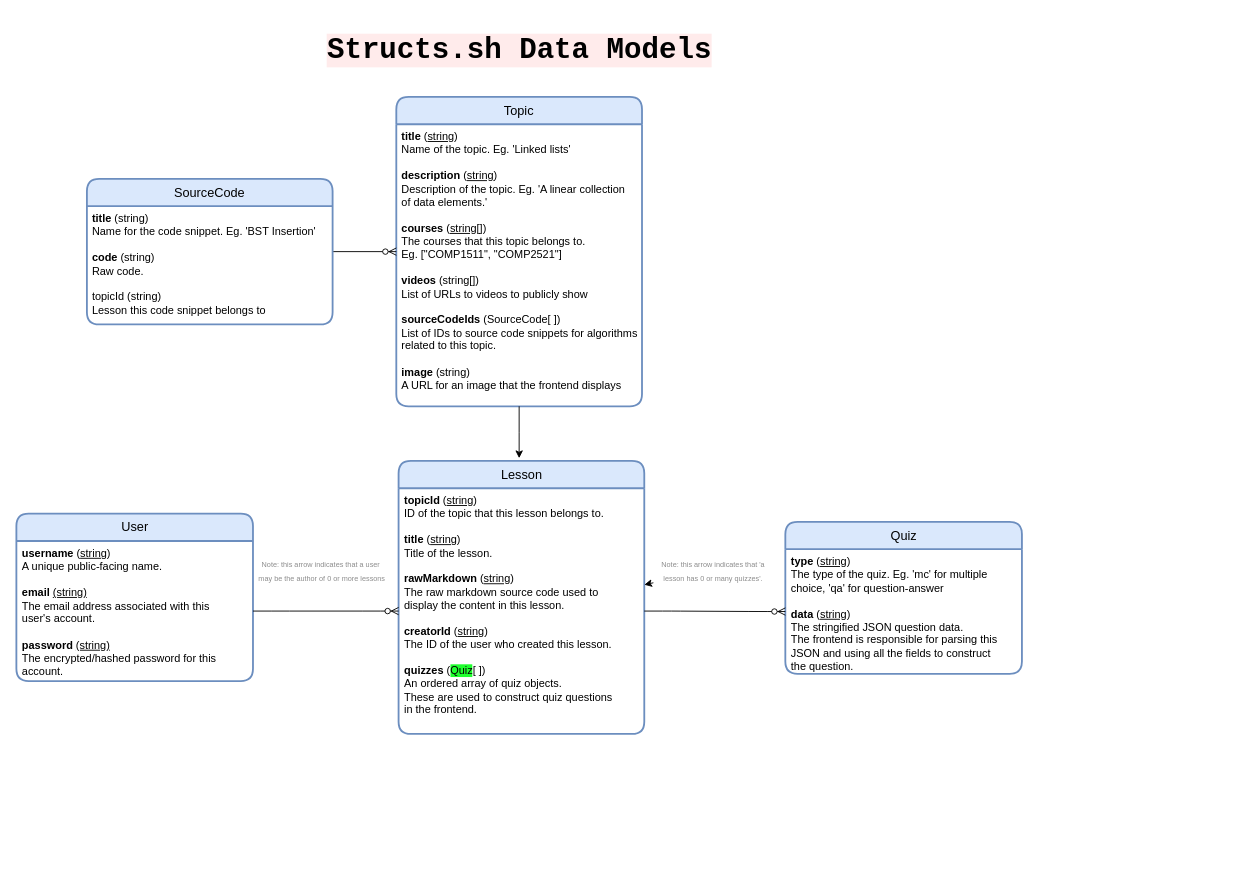
This is structs-datamodels.drawio from devsoc-unsw/structs.sh, a draw.io file, before an edit. Source tidied: cells renumbered, new cells numbered last; positions are measured from the earlier drawing's top-left corner, leaving out a move shared by most shapes. Both pictures are drawn from the tidied source at 91%, with x=0, y=0 at pixel (15, 42).
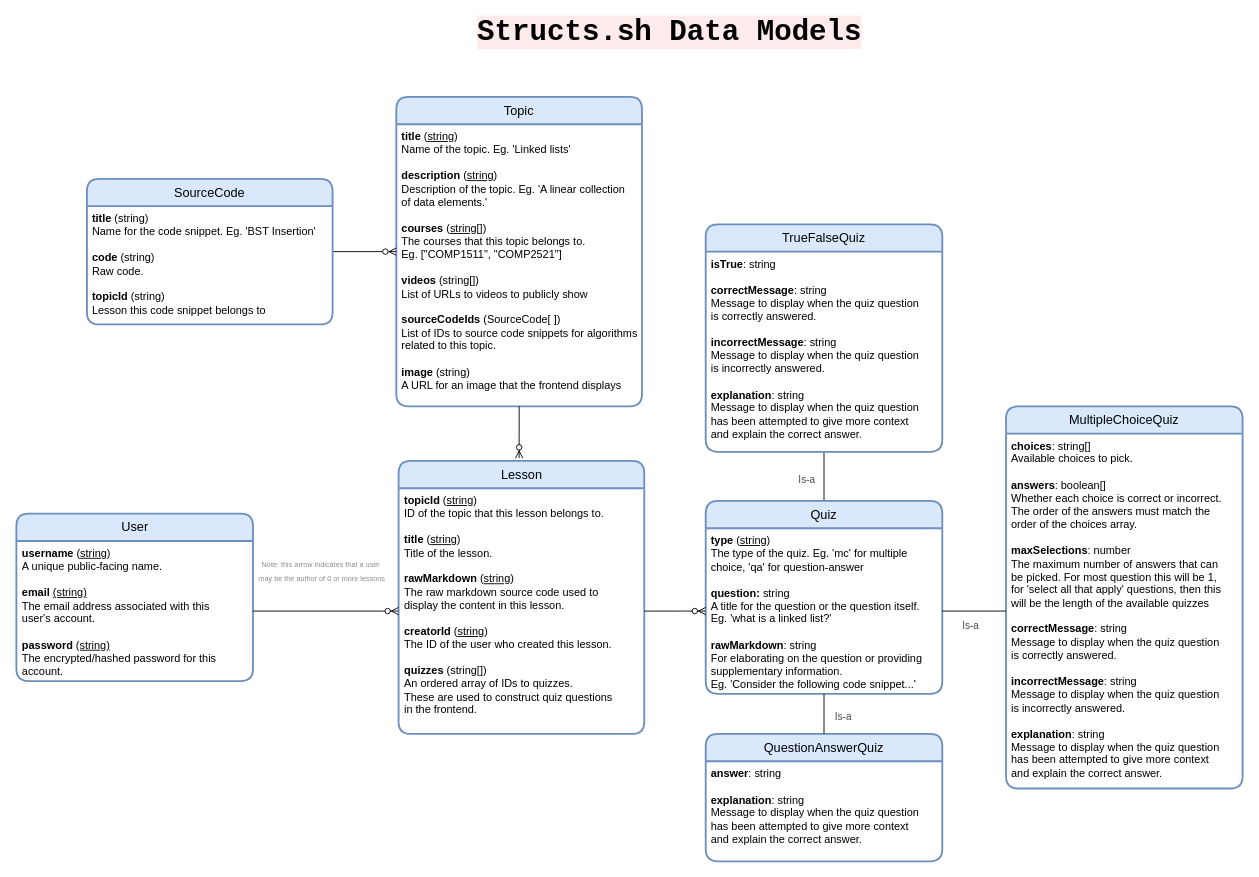
Above is the later version.

The change refers to these unchanged cells:
```xml
<mxCell id="3" value="Lesson" style="swimlane;horizontal=1;startSize=30;rounded=1;fontSize=14;fontStyle=0;strokeWidth=2;shadow=0;dashed=0;align=center;fontFamily=Helvetica;fillColor=#dae8fc;strokeColor=#6c8ebf;whiteSpace=wrap;" parent="1" vertex="1">
  <mxGeometry x="420.5" y="460" width="270" height="300" as="geometry" />
</mxCell>
<mxCell id="15" value="&lt;span style=&quot;white-space: pre&quot;&gt;&lt;b&gt;title &lt;/b&gt;(&lt;u&gt;string&lt;/u&gt;)&lt;b&gt;&lt;br&gt;&lt;/b&gt;Name of the topic. Eg. 'Linked lists'&lt;b&gt;&lt;br&gt;&lt;br&gt;description&lt;/b&gt; (&lt;u&gt;string&lt;/u&gt;)&lt;br&gt;Description of the topic. Eg. 'A linear collection&lt;br&gt;of data elements.'&lt;br&gt;&lt;br&gt;&lt;b&gt;courses&lt;/b&gt; (&lt;u&gt;string[]&lt;/u&gt;)&lt;br&gt;The courses that this topic belongs to.&lt;br&gt;Eg. [&quot;COMP1511&quot;, &quot;COMP2521&quot;]&lt;br&gt;&lt;br&gt;&lt;b&gt;videos&lt;/b&gt; (string[])&lt;br&gt;List of URLs to videos to publicly show&lt;br&gt;&lt;br&gt;&lt;b&gt;sourceCodeIds&lt;/b&gt; (SourceCode[ ])&lt;br&gt;List of IDs to source code snippets for algorithms&lt;br&gt;related to this topic.&lt;br&gt;&lt;br&gt;&lt;b&gt;image&lt;/b&gt; (string)&lt;br&gt;A URL for an image that the frontend displays&lt;br&gt;&lt;/span&gt;" style="align=left;strokeColor=none;fillColor=none;spacingLeft=4;fontSize=12;verticalAlign=top;fontStyle=0;html=1;" parent="14" vertex="1">
  <mxGeometry y="30" width="270" height="310" as="geometry" />
</mxCell>
<mxCell id="18" value="SourceCode" style="swimlane;horizontal=1;startSize=30;rounded=1;fontSize=14;fontStyle=0;strokeWidth=2;shadow=0;dashed=0;align=center;fontFamily=Helvetica;fillColor=#dae8fc;strokeColor=#6c8ebf;whiteSpace=wrap;" parent="1" vertex="1">
  <mxGeometry x="78" y="150" width="270" height="160" as="geometry" />
</mxCell>
```

What changed in the source:
```diff
@@
     <mxCell id="2" value="&lt;b&gt;&lt;font style=&quot;font-size: 32px ; background-color: rgb(255 , 235 , 235)&quot; face=&quot;Courier New&quot;&gt;Structs.sh Data Models&lt;/font&gt;&lt;/b&gt;" style="text;html=1;align=center;verticalAlign=middle;strokeColor=none;fontFamily=Helvetica;" parent="1" vertex="1">
-      <mxGeometry x="333" width="440" height="20" as="geometry" />
+      <mxGeometry x="498" y="-20" width="440" height="20" as="geometry" />
     </mxCell>
@@
-    <mxCell id="4" value="&lt;b&gt;topicId&amp;nbsp;&lt;/b&gt;(&lt;u&gt;string&lt;/u&gt;)&lt;br&gt;ID of the topic that this lesson belongs to.&lt;b&gt;&lt;br&gt;&lt;br&gt;title&lt;/b&gt;&amp;nbsp;(&lt;u&gt;string&lt;/u&gt;)&lt;br&gt;Title of the lesson.&lt;br&gt;&lt;br&gt;&lt;b&gt;rawMarkdown&lt;/b&gt; (&lt;u&gt;string&lt;/u&gt;)&lt;br&gt;&lt;span&gt; &lt;/span&gt;The raw markdown source code used to&amp;nbsp;&lt;br&gt;&lt;span&gt; &lt;/span&gt;display the content in this lesson.&lt;br&gt;&lt;br&gt;&lt;b&gt;creatorId&lt;/b&gt; (&lt;u&gt;string&lt;/u&gt;)&lt;br&gt;&lt;span&gt; &lt;/span&gt;The ID of the user who created this lesson.&lt;br&gt;&lt;br&gt;&lt;b&gt;quizzes&amp;nbsp;&lt;/b&gt;(&lt;span style=&quot;background-color: rgb(31 , 255 , 46)&quot;&gt;Quiz&lt;/span&gt;[ ])&lt;br&gt;&lt;span&gt;&lt;span&gt; &lt;/span&gt;An ordered array of quiz objects.&lt;br&gt;&lt;span&gt; &lt;/span&gt;These are used to construct quiz questions&lt;br&gt;&lt;span&gt; &lt;/span&gt;in the frontend.&lt;br&gt;&lt;/span&gt;" style="align=left;strokeColor=none;fillColor=none;spacingLeft=4;fontSize=12;verticalAlign=top;fontStyle=0;html=1;" parent="3" vertex="1">
+    <mxCell id="4" value="&lt;b&gt;topicId&amp;nbsp;&lt;/b&gt;(&lt;u&gt;string&lt;/u&gt;)&lt;br&gt;ID of the topic that this lesson belongs to.&lt;b&gt;&lt;br&gt;&lt;br&gt;title&lt;/b&gt;&amp;nbsp;(&lt;u&gt;string&lt;/u&gt;)&lt;br&gt;Title of the lesson.&lt;br&gt;&lt;br&gt;&lt;b&gt;rawMarkdown&lt;/b&gt; (&lt;u&gt;string&lt;/u&gt;)&lt;br&gt;&lt;span&gt; &lt;/span&gt;The raw markdown source code used to&amp;nbsp;&lt;br&gt;&lt;span&gt; &lt;/span&gt;display the content in this lesson.&lt;br&gt;&lt;br&gt;&lt;b&gt;creatorId&lt;/b&gt; (&lt;u&gt;string&lt;/u&gt;)&lt;br&gt;&lt;span&gt; &lt;/span&gt;The ID of the user who created this lesson.&lt;br&gt;&lt;br&gt;&lt;b&gt;quizzes&amp;nbsp;&lt;/b&gt;(&lt;span style=&quot;background-color: rgb(255 , 255 , 255)&quot;&gt;string&lt;/span&gt;[])&lt;br&gt;&lt;span&gt;&lt;span&gt; &lt;/span&gt;An ordered array of IDs to quizzes.&lt;br&gt;&lt;span&gt; &lt;/span&gt;These are used to construct quiz questions&lt;br&gt;&lt;span&gt; &lt;/span&gt;in the frontend.&lt;br&gt;&lt;/span&gt;" style="align=left;strokeColor=none;fillColor=none;spacingLeft=4;fontSize=12;verticalAlign=top;fontStyle=0;html=1;" parent="3" vertex="1">
       <mxGeometry y="30" width="270" height="270" as="geometry" />
     </mxCell>
@@
+    <mxCell id="20" style="edgeStyle=none;html=1;entryX=0.5;entryY=1;entryDx=0;entryDy=0;endArrow=none;endFill=0;" parent="1" edge="1" source="7" target="24">
+      <mxGeometry relative="1" as="geometry" />
+    </mxCell>
+    <mxCell id="21" value="Is-a" style="edgeLabel;html=1;align=center;verticalAlign=middle;fontColor=#4D4D4D;" parent="20" vertex="1">
+      <mxGeometry x="-0.24" y="-1" relative="1" as="geometry">
+        <mxPoint x="-21" y="-3" as="offset" />
+      </mxGeometry>
+    </mxCell>
     <mxCell id="7" value="Quiz" style="swimlane;horizontal=1;startSize=30;rounded=1;fontSize=14;fontStyle=0;strokeWidth=2;shadow=0;dashed=0;align=center;fontFamily=Helvetica;fillColor=#dae8fc;strokeColor=#6c8ebf;whiteSpace=wrap;" parent="1" vertex="1">
-      <mxGeometry x="845.5" y="527" width="260" height="167" as="geometry" />
+      <mxGeometry x="758" y="504" width="260" height="212" as="geometry" />
     </mxCell>
-    <mxCell id="8" value="&lt;b&gt;type&amp;nbsp;&lt;/b&gt;(&lt;u&gt;string&lt;/u&gt;)&lt;br&gt;The type of the quiz. Eg. 'mc' for multiple&lt;br&gt;choice, 'qa' for question-answer&lt;br&gt;&lt;br&gt;&lt;b&gt;data&lt;/b&gt; (&lt;u&gt;string&lt;/u&gt;)&lt;br&gt;The stringified JSON question data.&amp;nbsp;&lt;br&gt;The frontend is responsible for parsing this&lt;br&gt;JSON and using all the fields to construct&lt;br&gt;the question." style="align=left;strokeColor=none;fillColor=none;spacingLeft=4;fontSize=12;verticalAlign=top;fontStyle=0;html=1;" parent="7" vertex="1">
-      <mxGeometry y="30" width="260" height="137" as="geometry" />
+    <mxCell id="8" value="&lt;b&gt;type&amp;nbsp;&lt;/b&gt;(&lt;u&gt;string&lt;/u&gt;)&lt;br&gt;The type of the quiz. Eg. 'mc' for multiple&lt;br&gt;choice, 'qa' for question-answer&lt;br&gt;&lt;b&gt;&lt;br&gt;&lt;/b&gt;&lt;b&gt;question:&amp;nbsp;&lt;/b&gt;string&lt;br&gt;A title for the question or the question itself.&lt;br&gt;Eg. 'what is a linked list?'&amp;nbsp;&lt;br&gt;&lt;br&gt;&lt;b&gt;rawMarkdown&lt;/b&gt;: string&lt;br&gt;For elaborating on the question or providing&lt;br&gt;supplementary information.&lt;br&gt;Eg. 'Consider the following code snippet...'&lt;br&gt;&lt;br&gt;" style="align=left;strokeColor=none;fillColor=none;spacingLeft=4;fontSize=12;verticalAlign=top;fontStyle=0;html=1;" parent="7" vertex="1">
+      <mxGeometry y="30" width="260" height="182" as="geometry" />
     </mxCell>
-    <mxCell id="9" style="edgeStyle=none;html=1;" parent="1" edge="1" source="10" target="4">
-      <mxGeometry relative="1" as="geometry" />
-    </mxCell>
-    <mxCell id="10" value="&lt;font color=&quot;#8c8c8c&quot; style=&quot;font-size: 8px&quot;&gt;Note: this arrow indicates that 'a &lt;br&gt;lesson has 0 or many&amp;nbsp;quizzes'.&lt;/font&gt;" style="text;html=1;align=center;verticalAlign=middle;points=[];strokeColor=none;fontFamily=Helvetica;" parent="1" vertex="1">
-      <mxGeometry x="700.5" y="565" width="130" height="30" as="geometry" />
-    </mxCell>
@@
-    <mxCell id="16" style="edgeStyle=orthogonalEdgeStyle;rounded=0;jettySize=auto;html=1;" parent="1" edge="1" source="15">
+    <mxCell id="16" style="edgeStyle=orthogonalEdgeStyle;rounded=0;jettySize=auto;html=1;endArrow=ERzeroToMany;endFill=1;" parent="1" edge="1" source="15">
       <mxGeometry relative="1" as="geometry">
         <mxPoint x="553" y="457" as="targetPoint" />
       </mxGeometry>
     </mxCell>
@@
-    <mxCell id="19" value="&lt;span style=&quot;white-space: pre&quot;&gt;&lt;b&gt;title &lt;/b&gt;(string)&lt;br&gt;Name for the code snippet. Eg. 'BST Insertion'&lt;b&gt;&lt;br&gt;&lt;/b&gt;&lt;br&gt;&lt;b&gt;code&lt;/b&gt; (string)&lt;br&gt;Raw code.&lt;br/&gt;&lt;br/&gt;topicId (string)&lt;br/&gt;Lesson this code snippet belongs to&lt;br&gt;&lt;/span&gt;" style="align=left;strokeColor=none;fillColor=none;spacingLeft=4;fontSize=12;verticalAlign=top;fontStyle=0;html=1;" parent="18" vertex="1">
+    <mxCell id="19" value="&lt;span style=&quot;white-space: pre&quot;&gt;&lt;b&gt;title &lt;/b&gt;(string)&lt;br&gt;Name for the code snippet. Eg. 'BST Insertion'&lt;b&gt;&lt;br&gt;&lt;/b&gt;&lt;br&gt;&lt;b&gt;code&lt;/b&gt; (string)&lt;br&gt;Raw code.&lt;br&gt;&lt;br&gt;&lt;b&gt;topicId&lt;/b&gt; (string)&lt;br&gt;Lesson this code snippet belongs to&lt;br&gt;&lt;/span&gt;" style="align=left;strokeColor=none;fillColor=none;spacingLeft=4;fontSize=12;verticalAlign=top;fontStyle=0;html=1;" parent="18" vertex="1">
       <mxGeometry y="30" width="270" height="130" as="geometry" />
     </mxCell>
+    <mxCell id="22" value="MultipleChoiceQuiz" style="swimlane;horizontal=1;startSize=30;rounded=1;fontSize=14;fontStyle=0;strokeWidth=2;shadow=0;dashed=0;align=center;fontFamily=Helvetica;fillColor=#dae8fc;strokeColor=#6c8ebf;whiteSpace=wrap;" parent="1" vertex="1">
+      <mxGeometry x="1088" y="400" width="260" height="420" as="geometry" />
+    </mxCell>
+    <mxCell id="23" value="&lt;b&gt;choices&lt;/b&gt;: string[]&lt;br&gt;Available choices to pick.&lt;br&gt;&lt;br&gt;&lt;b&gt;answers&lt;/b&gt;: boolean[]&lt;br&gt;Whether each choice is correct or incorrect.&lt;br&gt;The order of the answers must match the&lt;br&gt;order of the choices array.&lt;br&gt;&lt;br&gt;&lt;b&gt;maxSelections&lt;/b&gt;: number&lt;br&gt;The maximum number of answers that can &lt;br&gt;be picked. For most question this will be 1,&lt;br&gt;for 'select all that apply' questions, then this&lt;br&gt;will be the length of the available quizzes&lt;br&gt;&lt;br&gt;&lt;b&gt;correctMessage&lt;/b&gt;: string&lt;br&gt;Message to display when the quiz question&lt;br&gt;is correctly answered.&lt;br&gt;&lt;br&gt;&lt;b&gt;incorrectMessage&lt;/b&gt;: string&lt;br&gt;Message to display when the quiz question&lt;br&gt;is incorrectly answered.&lt;br&gt;&lt;br&gt;&lt;b&gt;explanation&lt;/b&gt;: string&lt;br&gt;Message to display when the quiz question&lt;br&gt;has been attempted to give more context&lt;br&gt;and explain the correct answer." style="align=left;strokeColor=none;fillColor=none;spacingLeft=4;fontSize=12;verticalAlign=top;fontStyle=0;html=1;" parent="22" vertex="1">
+      <mxGeometry y="30" width="260" height="390" as="geometry" />
+    </mxCell>
+    <mxCell id="24" value="TrueFalseQuiz" style="swimlane;horizontal=1;startSize=30;rounded=1;fontSize=14;fontStyle=0;strokeWidth=2;shadow=0;dashed=0;align=center;fontFamily=Helvetica;fillColor=#dae8fc;strokeColor=#6c8ebf;whiteSpace=wrap;" parent="1" vertex="1">
+      <mxGeometry x="758" y="200" width="260" height="250" as="geometry" />
+    </mxCell>
+    <mxCell id="25" value="&lt;b&gt;isTrue&lt;/b&gt;: string&lt;br&gt;&lt;br&gt;&lt;b&gt;correctMessage&lt;/b&gt;: string&lt;br&gt;Message to display when the quiz question&lt;br&gt;is correctly answered.&lt;br&gt;&lt;br&gt;&lt;b&gt;incorrectMessage&lt;/b&gt;: string&lt;br&gt;Message to display when the quiz question&lt;br&gt;is incorrectly answered.&lt;br&gt;&lt;br&gt;&lt;b&gt;explanation&lt;/b&gt;: string&lt;br&gt;Message to display when the quiz question&lt;br&gt;has been attempted to give more context&lt;br&gt;and explain the correct answer." style="align=left;strokeColor=none;fillColor=none;spacingLeft=4;fontSize=12;verticalAlign=top;fontStyle=0;html=1;" parent="24" vertex="1">
+      <mxGeometry y="30" width="260" height="220" as="geometry" />
+    </mxCell>
+    <mxCell id="26" value="QuestionAnswerQuiz" style="swimlane;horizontal=1;startSize=30;rounded=1;fontSize=14;fontStyle=0;strokeWidth=2;shadow=0;dashed=0;align=center;fontFamily=Helvetica;fillColor=#dae8fc;strokeColor=#6c8ebf;whiteSpace=wrap;" parent="1" vertex="1">
+      <mxGeometry x="758" y="760" width="260" height="140" as="geometry" />
+    </mxCell>
+    <mxCell id="27" value="&lt;b&gt;answer&lt;/b&gt;: string&lt;br&gt;&lt;br&gt;&lt;b&gt;explanation&lt;/b&gt;: string&lt;br&gt;Message to display when the quiz question&lt;br&gt;has been attempted to give more context&lt;br&gt;and explain the correct answer." style="align=left;strokeColor=none;fillColor=none;spacingLeft=4;fontSize=12;verticalAlign=top;fontStyle=0;html=1;" parent="26" vertex="1">
+      <mxGeometry y="30" width="260" height="110" as="geometry" />
+    </mxCell>
+    <mxCell id="28" style="edgeStyle=none;html=1;endArrow=none;endFill=0;" parent="1" edge="1" source="8" target="23">
+      <mxGeometry relative="1" as="geometry" />
+    </mxCell>
+    <mxCell id="29" value="Is-a" style="edgeLabel;html=1;align=center;verticalAlign=middle;fontColor=#4D4D4D;" parent="28" vertex="1">
+      <mxGeometry x="-0.3" relative="1" as="geometry">
+        <mxPoint x="5" y="15" as="offset" />
+      </mxGeometry>
+    </mxCell>
+    <mxCell id="30" style="edgeStyle=none;html=1;entryX=0.5;entryY=0;entryDx=0;entryDy=0;endArrow=none;endFill=0;" parent="1" edge="1" source="8" target="26">
+      <mxGeometry relative="1" as="geometry" />
+    </mxCell>
+    <mxCell id="31" value="Is-a" style="edgeLabel;html=1;align=center;verticalAlign=middle;fontColor=#4D4D4D;" parent="30" vertex="1">
+      <mxGeometry x="-0.59" y="-1" relative="1" as="geometry">
+        <mxPoint x="21" y="15" as="offset" />
+      </mxGeometry>
+    </mxCell>
```
